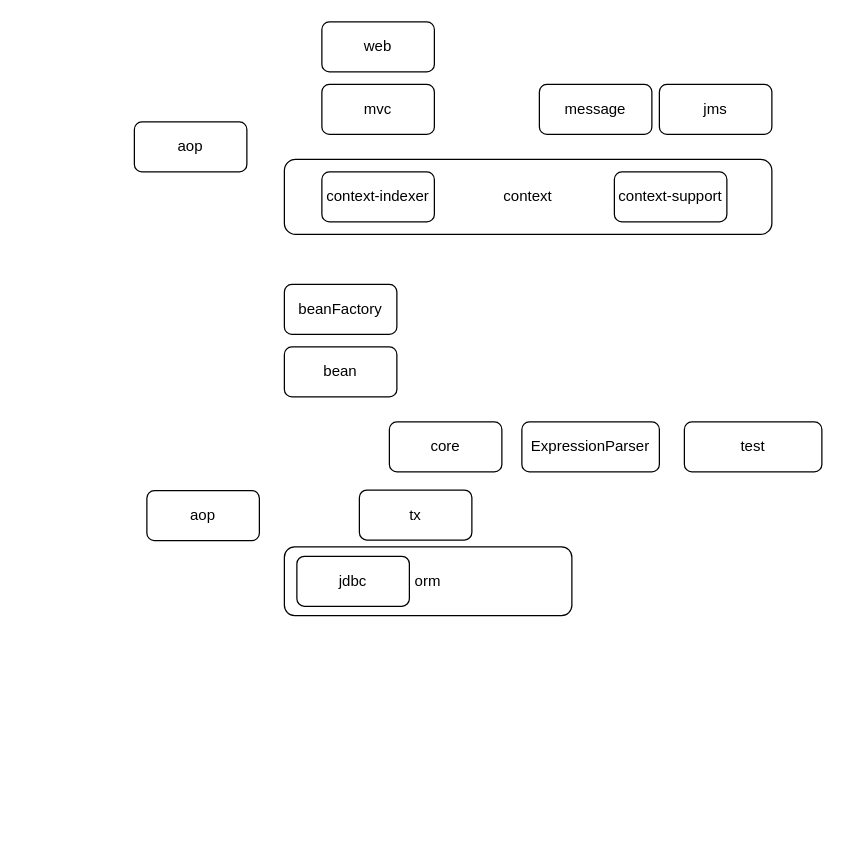
Earlier version of the draw.io diagram menus/springAll.drawio (Asamiyaa/microservice-k8s-yun). Source tidied: cells renumbered, new cells numbered last; positions are measured from the earlier drawing's top-left corner, leaving out a move shared by most shapes. Both pictures are drawn from the tidied source at 125%, with x=0, y=0 at pixel (134, 21).
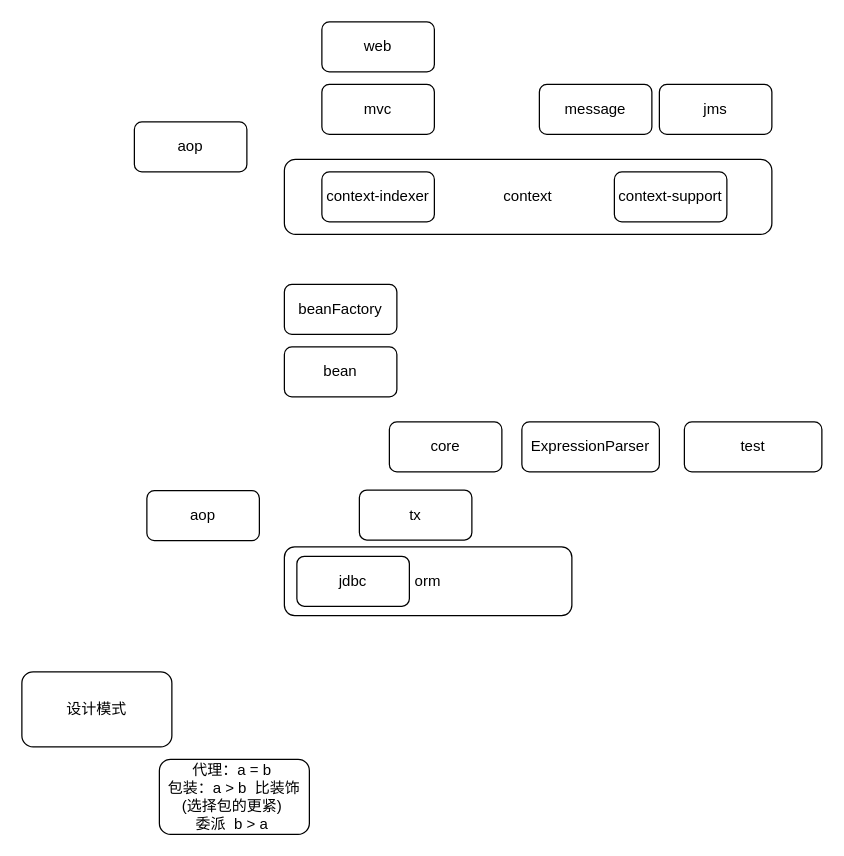
Above is the later version.

The edit, as a diff of the source:
```diff
@@
+    <mxCell id="19" value="代理：a = b&amp;nbsp;&lt;br&gt;包装：a &amp;gt; b&amp;nbsp; 比装饰(选择包的更紧)&amp;nbsp;&lt;br&gt;委派&amp;nbsp; b &amp;gt; a&amp;nbsp;" style="rounded=1;whiteSpace=wrap;html=1;" parent="1" vertex="1">
+      <mxGeometry x="20" y="590" width="120" height="60" as="geometry" />
+    </mxCell>
+    <mxCell id="20" value="设计模式" style="rounded=1;whiteSpace=wrap;html=1;" parent="1" vertex="1">
+      <mxGeometry x="-90" y="520" width="120" height="60" as="geometry" />
+    </mxCell>
```
